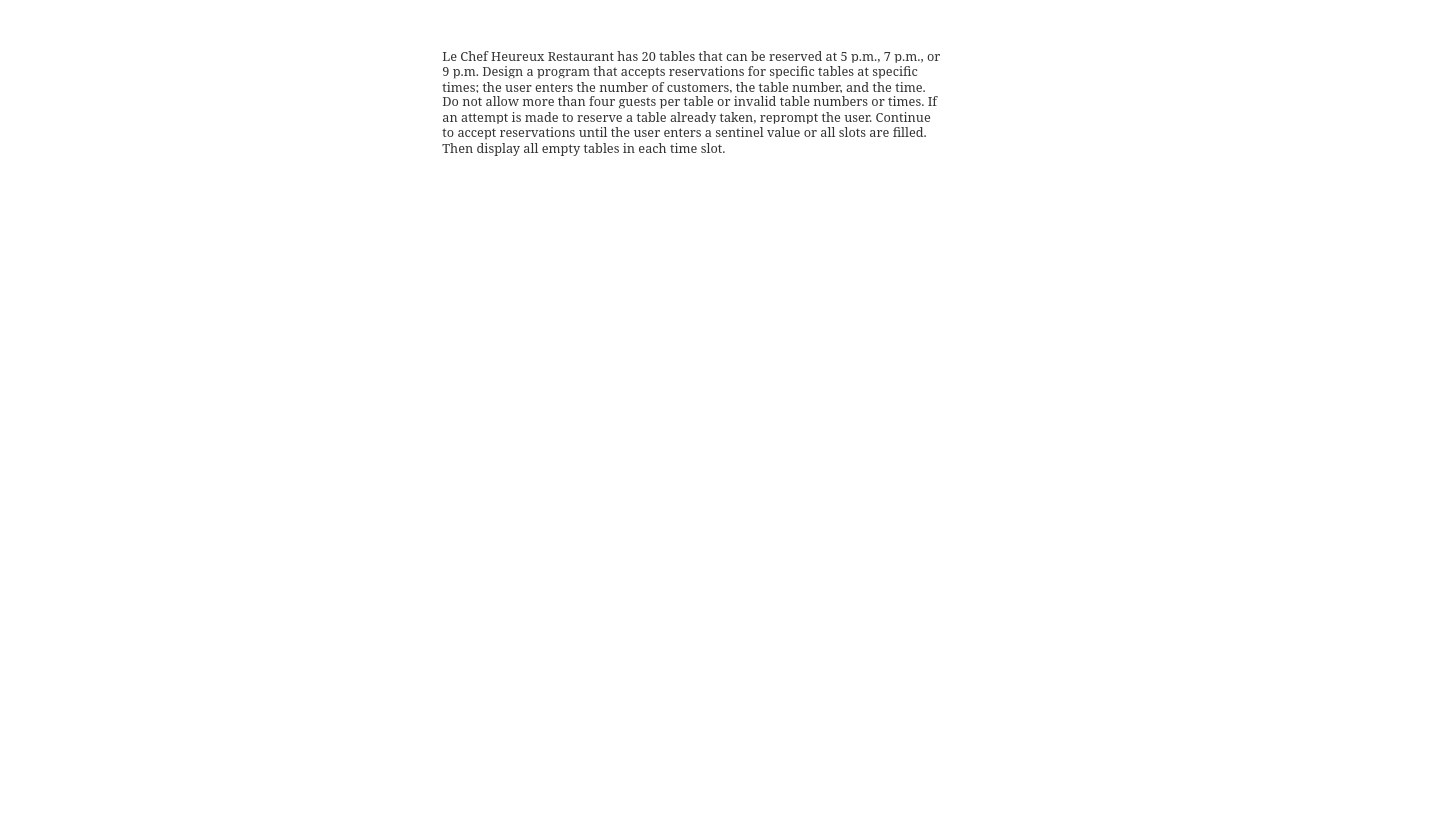
Before: Problem Solving/lechef.drawio in sweetrellish/python_work1, a draw.io diagram. Source tidied: cells renumbered, new cells numbered last; positions are measured from the earlier drawing's top-left corner, leaving out a move shared by most shapes. Both pictures are drawn from the tidied source at 91%, with x=0, y=0 at pixel (440, 43).
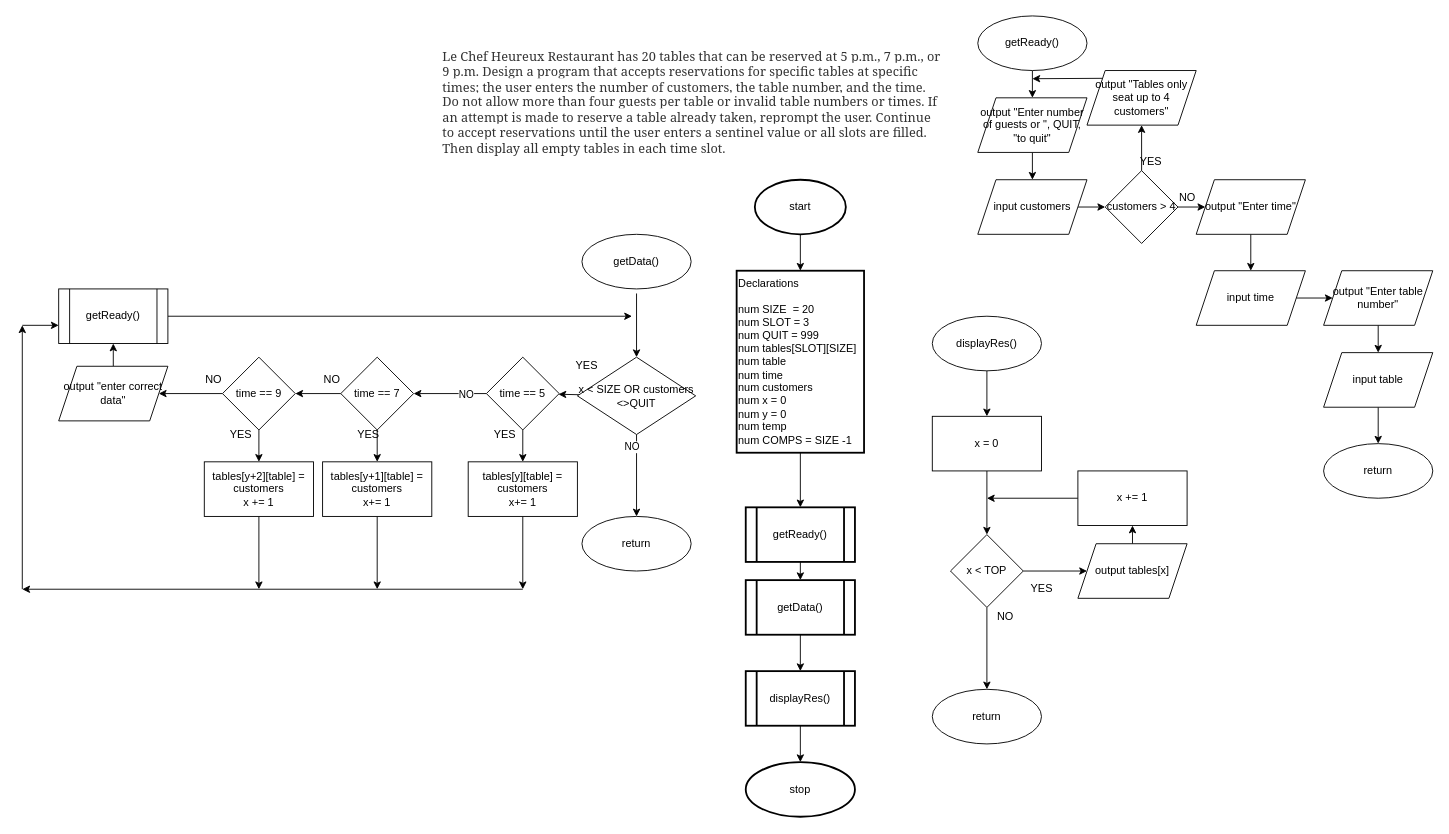
The same diagram, later.

Change to the diagram source:
```diff
@@
+    <mxCell id="3" style="edgeStyle=none;html=1;" parent="1" edge="1" source="4" target="6">
+      <mxGeometry relative="1" as="geometry" />
+    </mxCell>
+    <mxCell id="4" value="start" style="strokeWidth=2;html=1;shape=mxgraph.flowchart.start_1;whiteSpace=wrap;" parent="1" vertex="1">
+      <mxGeometry x="345" y="150" width="100" height="60" as="geometry" />
+    </mxCell>
+    <mxCell id="5" style="edgeStyle=none;html=1;" parent="1" edge="1" source="6" target="8">
+      <mxGeometry relative="1" as="geometry" />
+    </mxCell>
+    <mxCell id="6" value="Declarations&lt;br&gt;&lt;br&gt;num SIZE&amp;nbsp; = 20&lt;br&gt;num SLOT = 3&lt;br&gt;num QUIT = 999&lt;br&gt;num tables[SLOT][SIZE]&lt;br&gt;num table&lt;br&gt;num time&lt;br&gt;num customers&lt;br&gt;num x = 0&lt;br&gt;num y = 0&lt;br&gt;num temp&lt;br&gt;num COMPS = SIZE -1" style="whiteSpace=wrap;html=1;strokeWidth=2;align=left;" parent="1" vertex="1">
+      <mxGeometry x="325" y="250" width="140" height="200" as="geometry" />
+    </mxCell>
+    <mxCell id="7" style="edgeStyle=none;html=1;" parent="1" edge="1" source="8" target="53">
+      <mxGeometry relative="1" as="geometry" />
+    </mxCell>
+    <mxCell id="8" value="getReady()" style="shape=process;whiteSpace=wrap;html=1;backgroundOutline=1;align=center;strokeWidth=2;" parent="1" vertex="1">
+      <mxGeometry x="335" y="510" width="120" height="60" as="geometry" />
+    </mxCell>
+    <mxCell id="9" style="edgeStyle=none;html=1;" parent="1" edge="1" source="10" target="11">
+      <mxGeometry relative="1" as="geometry" />
+    </mxCell>
+    <mxCell id="10" value="displayRes()" style="shape=process;whiteSpace=wrap;html=1;backgroundOutline=1;align=center;strokeWidth=2;" parent="1" vertex="1">
+      <mxGeometry x="335" y="690" width="120" height="60" as="geometry" />
+    </mxCell>
+    <mxCell id="11" value="stop" style="ellipse;whiteSpace=wrap;html=1;strokeWidth=2;" parent="1" vertex="1">
+      <mxGeometry x="335" y="790" width="120" height="60" as="geometry" />
+    </mxCell>
+    <mxCell id="12" value="getData()" style="ellipse;whiteSpace=wrap;html=1;" parent="1" vertex="1">
+      <mxGeometry x="155" y="210" width="120" height="60" as="geometry" />
+    </mxCell>
+    <mxCell id="13" style="edgeStyle=none;html=1;" parent="1" edge="1" target="17">
+      <mxGeometry relative="1" as="geometry">
+        <mxPoint x="215" y="275" as="sourcePoint" />
+      </mxGeometry>
+    </mxCell>
+    <mxCell id="14" style="edgeStyle=none;html=1;" parent="1" edge="1" source="17" target="18">
+      <mxGeometry relative="1" as="geometry" />
+    </mxCell>
+    <mxCell id="15" value="NO" style="edgeLabel;html=1;align=center;verticalAlign=middle;" parent="14" vertex="1">
+      <mxGeometry x="-0.71" y="-6" relative="1" as="geometry" />
+    </mxCell>
+    <mxCell id="16" style="edgeStyle=none;html=1;" parent="1" edge="1" source="17" target="36">
+      <mxGeometry relative="1" as="geometry" />
+    </mxCell>
+    <mxCell id="17" value="x &amp;lt; SIZE OR customers &amp;lt;&amp;gt;QUIT" style="rhombus;whiteSpace=wrap;html=1;" parent="1" vertex="1">
+      <mxGeometry x="150" y="345" width="130" height="85" as="geometry" />
+    </mxCell>
+    <mxCell id="18" value="return" style="ellipse;whiteSpace=wrap;html=1;" parent="1" vertex="1">
+      <mxGeometry x="155" y="520" width="120" height="60" as="geometry" />
+    </mxCell>
+    <mxCell id="19" style="edgeStyle=none;html=1;" parent="1" edge="1" source="20" target="22">
+      <mxGeometry relative="1" as="geometry" />
+    </mxCell>
+    <mxCell id="20" value="displayRes()" style="ellipse;whiteSpace=wrap;html=1;" parent="1" vertex="1">
+      <mxGeometry x="540" y="300" width="120" height="60" as="geometry" />
+    </mxCell>
+    <mxCell id="21" style="edgeStyle=none;html=1;" parent="1" edge="1" source="22" target="25">
+      <mxGeometry relative="1" as="geometry" />
+    </mxCell>
+    <mxCell id="22" value="x = 0" style="whiteSpace=wrap;html=1;" parent="1" vertex="1">
+      <mxGeometry x="540" y="410" width="120" height="60" as="geometry" />
+    </mxCell>
+    <mxCell id="23" style="edgeStyle=none;html=1;" parent="1" edge="1" source="25" target="26">
+      <mxGeometry relative="1" as="geometry" />
+    </mxCell>
+    <mxCell id="24" style="edgeStyle=none;html=1;" parent="1" edge="1" source="25" target="29">
+      <mxGeometry relative="1" as="geometry" />
+    </mxCell>
+    <mxCell id="25" value="x &amp;lt; TOP" style="rhombus;whiteSpace=wrap;html=1;" parent="1" vertex="1">
+      <mxGeometry x="560" y="540" width="80" height="80" as="geometry" />
+    </mxCell>
+    <mxCell id="26" value="return" style="ellipse;whiteSpace=wrap;html=1;" parent="1" vertex="1">
+      <mxGeometry x="540" y="710" width="120" height="60" as="geometry" />
+    </mxCell>
+    <mxCell id="27" value="NO" style="text;html=1;align=center;verticalAlign=middle;strokeColor=none;fillColor=none;" parent="1" vertex="1">
+      <mxGeometry x="605" y="620" width="30" height="20" as="geometry" />
+    </mxCell>
+    <mxCell id="28" style="edgeStyle=none;html=1;" parent="1" edge="1" source="29" target="31">
+      <mxGeometry relative="1" as="geometry" />
+    </mxCell>
+    <mxCell id="29" value="output tables[x]" style="shape=parallelogram;perimeter=parallelogramPerimeter;whiteSpace=wrap;html=1;fixedSize=1;" parent="1" vertex="1">
+      <mxGeometry x="700" y="550" width="120" height="60" as="geometry" />
+    </mxCell>
+    <mxCell id="30" style="edgeStyle=none;html=1;exitX=0;exitY=0.5;exitDx=0;exitDy=0;" parent="1" edge="1" source="31">
+      <mxGeometry relative="1" as="geometry">
+        <mxPoint x="600" y="500" as="targetPoint" />
+      </mxGeometry>
+    </mxCell>
+    <mxCell id="31" value="x += 1" style="whiteSpace=wrap;html=1;" parent="1" vertex="1">
+      <mxGeometry x="700" y="470" width="120" height="60" as="geometry" />
+    </mxCell>
+    <mxCell id="32" value="YES" style="text;html=1;align=center;verticalAlign=middle;strokeColor=none;fillColor=none;" parent="1" vertex="1">
+      <mxGeometry x="640" y="590" width="40" height="20" as="geometry" />
+    </mxCell>
+    <mxCell id="33" style="edgeStyle=none;html=1;" parent="1" edge="1" source="36" target="56">
+      <mxGeometry relative="1" as="geometry" />
+    </mxCell>
+    <mxCell id="34" value="NO" style="edgeLabel;html=1;align=center;verticalAlign=middle;" parent="33" vertex="1">
+      <mxGeometry x="-0.43" relative="1" as="geometry" />
+    </mxCell>
+    <mxCell id="35" style="edgeStyle=none;html=1;" parent="1" edge="1" source="36" target="73">
+      <mxGeometry relative="1" as="geometry" />
+    </mxCell>
+    <mxCell id="36" value="time == 5" style="rhombus;whiteSpace=wrap;html=1;" parent="1" vertex="1">
+      <mxGeometry x="50" y="345" width="80" height="80" as="geometry" />
+    </mxCell>
+    <mxCell id="37" style="edgeStyle=none;html=1;" parent="1" edge="1" source="38" target="40">
+      <mxGeometry relative="1" as="geometry" />
+    </mxCell>
+    <mxCell id="38" value="getReady()" style="ellipse;whiteSpace=wrap;html=1;" parent="1" vertex="1">
+      <mxGeometry x="590" y="-30" width="120" height="60" as="geometry" />
+    </mxCell>
+    <mxCell id="39" style="edgeStyle=none;html=1;" parent="1" edge="1" source="40" target="42">
+      <mxGeometry relative="1" as="geometry" />
+    </mxCell>
+    <mxCell id="40" value="output &quot;Enter number of guests or &quot;, QUIT, &quot;to quit&quot;" style="shape=parallelogram;perimeter=parallelogramPerimeter;whiteSpace=wrap;html=1;fixedSize=1;" parent="1" vertex="1">
+      <mxGeometry x="590" y="60" width="120" height="60" as="geometry" />
+    </mxCell>
+    <mxCell id="41" style="edgeStyle=none;html=1;" parent="1" edge="1" source="42" target="67">
+      <mxGeometry relative="1" as="geometry" />
+    </mxCell>
+    <mxCell id="42" value="input customers" style="shape=parallelogram;perimeter=parallelogramPerimeter;whiteSpace=wrap;html=1;fixedSize=1;" parent="1" vertex="1">
+      <mxGeometry x="590" y="150" width="120" height="60" as="geometry" />
+    </mxCell>
+    <mxCell id="43" style="edgeStyle=none;html=1;" parent="1" edge="1" source="44" target="46">
+      <mxGeometry relative="1" as="geometry" />
+    </mxCell>
+    <mxCell id="44" value="output &quot;Enter time&quot;" style="shape=parallelogram;perimeter=parallelogramPerimeter;whiteSpace=wrap;html=1;fixedSize=1;" parent="1" vertex="1">
+      <mxGeometry x="830" y="150" width="120" height="60" as="geometry" />
+    </mxCell>
+    <mxCell id="45" style="edgeStyle=none;html=1;" parent="1" edge="1" source="46" target="48">
+      <mxGeometry relative="1" as="geometry" />
+    </mxCell>
+    <mxCell id="46" value="input time" style="shape=parallelogram;perimeter=parallelogramPerimeter;whiteSpace=wrap;html=1;fixedSize=1;" parent="1" vertex="1">
+      <mxGeometry x="830" y="250" width="120" height="60" as="geometry" />
+    </mxCell>
+    <mxCell id="47" style="edgeStyle=none;html=1;" parent="1" edge="1" source="48" target="50">
+      <mxGeometry relative="1" as="geometry" />
+    </mxCell>
+    <mxCell id="48" value="output &quot;Enter table number&quot;" style="shape=parallelogram;perimeter=parallelogramPerimeter;whiteSpace=wrap;html=1;fixedSize=1;" parent="1" vertex="1">
+      <mxGeometry x="970" y="250" width="120" height="60" as="geometry" />
+    </mxCell>
+    <mxCell id="49" style="edgeStyle=none;html=1;" parent="1" edge="1" source="50" target="51">
+      <mxGeometry relative="1" as="geometry" />
+    </mxCell>
+    <mxCell id="50" value="input table" style="shape=parallelogram;perimeter=parallelogramPerimeter;whiteSpace=wrap;html=1;fixedSize=1;" parent="1" vertex="1">
+      <mxGeometry x="970" y="340" width="120" height="60" as="geometry" />
+    </mxCell>
+    <mxCell id="51" value="return" style="ellipse;whiteSpace=wrap;html=1;" parent="1" vertex="1">
+      <mxGeometry x="970" y="440" width="120" height="60" as="geometry" />
+    </mxCell>
+    <mxCell id="52" style="edgeStyle=none;html=1;" parent="1" edge="1" source="53" target="10">
+      <mxGeometry relative="1" as="geometry" />
+    </mxCell>
+    <mxCell id="53" value="getData()" style="shape=process;whiteSpace=wrap;html=1;backgroundOutline=1;align=center;strokeWidth=2;" parent="1" vertex="1">
+      <mxGeometry x="335" y="590" width="120" height="60" as="geometry" />
+    </mxCell>
+    <mxCell id="54" style="edgeStyle=none;html=1;" parent="1" edge="1" source="56" target="59">
+      <mxGeometry relative="1" as="geometry" />
+    </mxCell>
+    <mxCell id="55" style="edgeStyle=none;html=1;" parent="1" edge="1" source="56" target="76">
+      <mxGeometry relative="1" as="geometry" />
+    </mxCell>
+    <mxCell id="56" value="time == 7" style="rhombus;whiteSpace=wrap;html=1;" parent="1" vertex="1">
+      <mxGeometry x="-110" y="345" width="80" height="80" as="geometry" />
+    </mxCell>
+    <mxCell id="57" style="edgeStyle=none;html=1;" parent="1" edge="1" source="59" target="62">
+      <mxGeometry relative="1" as="geometry" />
+    </mxCell>
+    <mxCell id="58" style="edgeStyle=none;html=1;" parent="1" edge="1" source="59" target="78">
+      <mxGeometry relative="1" as="geometry" />
+    </mxCell>
+    <mxCell id="59" value="time == 9" style="rhombus;whiteSpace=wrap;html=1;" parent="1" vertex="1">
+      <mxGeometry x="-240" y="345" width="80" height="80" as="geometry" />
+    </mxCell>
+    <mxCell id="60" value="YES" style="text;html=1;align=center;verticalAlign=middle;strokeColor=none;fillColor=none;" parent="1" vertex="1">
+      <mxGeometry x="140" y="345" width="40" height="20" as="geometry" />
+    </mxCell>
+    <mxCell id="61" style="edgeStyle=none;html=1;" parent="1" edge="1" source="62" target="64">
+      <mxGeometry relative="1" as="geometry" />
+    </mxCell>
+    <mxCell id="62" value="output &quot;enter correct data&quot;" style="shape=parallelogram;perimeter=parallelogramPerimeter;whiteSpace=wrap;html=1;fixedSize=1;" parent="1" vertex="1">
+      <mxGeometry x="-420" y="355" width="120" height="60" as="geometry" />
+    </mxCell>
+    <mxCell id="63" style="edgeStyle=none;html=1;exitX=1;exitY=0.5;exitDx=0;exitDy=0;" parent="1" edge="1" source="64">
+      <mxGeometry relative="1" as="geometry">
+        <mxPoint x="210" y="300" as="targetPoint" />
+      </mxGeometry>
+    </mxCell>
+    <mxCell id="64" value="getReady()" style="shape=process;whiteSpace=wrap;html=1;backgroundOutline=1;" parent="1" vertex="1">
+      <mxGeometry x="-420" y="270" width="120" height="60" as="geometry" />
+    </mxCell>
+    <mxCell id="65" style="edgeStyle=none;html=1;exitX=1;exitY=0.5;exitDx=0;exitDy=0;entryX=0;entryY=0.5;entryDx=0;entryDy=0;" parent="1" edge="1" source="67" target="44">
+      <mxGeometry relative="1" as="geometry" />
+    </mxCell>
+    <mxCell id="66" style="edgeStyle=none;html=1;" parent="1" edge="1" source="67" target="69">
+      <mxGeometry relative="1" as="geometry" />
+    </mxCell>
+    <mxCell id="67" value="customers &amp;gt; 4" style="rhombus;whiteSpace=wrap;html=1;" parent="1" vertex="1">
+      <mxGeometry x="730" y="140" width="80" height="80" as="geometry" />
+    </mxCell>
+    <mxCell id="68" style="edgeStyle=none;html=1;exitX=0;exitY=0;exitDx=0;exitDy=0;" parent="1" edge="1" source="69">
+      <mxGeometry relative="1" as="geometry">
+        <mxPoint x="650" y="39" as="targetPoint" />
+      </mxGeometry>
+    </mxCell>
+    <mxCell id="69" value="output &quot;Tables only seat up to 4 customers&quot;" style="shape=parallelogram;perimeter=parallelogramPerimeter;whiteSpace=wrap;html=1;fixedSize=1;" parent="1" vertex="1">
+      <mxGeometry x="710" y="30" width="120" height="60" as="geometry" />
+    </mxCell>
+    <mxCell id="70" value="YES" style="text;html=1;align=center;verticalAlign=middle;strokeColor=none;fillColor=none;" parent="1" vertex="1">
+      <mxGeometry x="760" y="120" width="40" height="20" as="geometry" />
+    </mxCell>
+    <mxCell id="71" value="NO" style="text;html=1;align=center;verticalAlign=middle;strokeColor=none;fillColor=none;" parent="1" vertex="1">
+      <mxGeometry x="805" y="160" width="30" height="20" as="geometry" />
+    </mxCell>
+    <mxCell id="72" style="edgeStyle=none;html=1;exitX=0.5;exitY=1;exitDx=0;exitDy=0;" parent="1" edge="1" source="73">
+      <mxGeometry relative="1" as="geometry">
+        <mxPoint x="90" y="600" as="targetPoint" />
+      </mxGeometry>
+    </mxCell>
+    <mxCell id="73" value="tables[y][table] = customers&lt;br&gt;x+= 1" style="whiteSpace=wrap;html=1;" parent="1" vertex="1">
+      <mxGeometry x="30" y="460" width="120" height="60" as="geometry" />
+    </mxCell>
+    <mxCell id="74" value="YES" style="text;html=1;align=center;verticalAlign=middle;strokeColor=none;fillColor=none;" parent="1" vertex="1">
+      <mxGeometry x="50" y="420" width="40" height="20" as="geometry" />
+    </mxCell>
+    <mxCell id="75" style="edgeStyle=none;html=1;exitX=0.5;exitY=1;exitDx=0;exitDy=0;" parent="1" edge="1" source="76">
+      <mxGeometry relative="1" as="geometry">
+        <mxPoint x="-70" y="600" as="targetPoint" />
+      </mxGeometry>
+    </mxCell>
+    <mxCell id="76" value="tables[y+1][table] = customers&lt;br&gt;x+= 1" style="whiteSpace=wrap;html=1;" parent="1" vertex="1">
+      <mxGeometry x="-130" y="460" width="120" height="60" as="geometry" />
+    </mxCell>
+    <mxCell id="77" style="edgeStyle=none;html=1;exitX=0.5;exitY=1;exitDx=0;exitDy=0;" parent="1" edge="1" source="78">
+      <mxGeometry relative="1" as="geometry">
+        <mxPoint x="-200" y="600" as="targetPoint" />
+      </mxGeometry>
+    </mxCell>
+    <mxCell id="78" value="tables[y+2][table] = customers&lt;br&gt;x += 1" style="whiteSpace=wrap;html=1;" parent="1" vertex="1">
+      <mxGeometry x="-260" y="460" width="120" height="60" as="geometry" />
+    </mxCell>
+    <mxCell id="79" value="YES" style="text;html=1;align=center;verticalAlign=middle;strokeColor=none;fillColor=none;" parent="1" vertex="1">
+      <mxGeometry x="-100" y="420" width="40" height="20" as="geometry" />
+    </mxCell>
+    <mxCell id="80" value="YES" style="text;html=1;align=center;verticalAlign=middle;strokeColor=none;fillColor=none;" parent="1" vertex="1">
+      <mxGeometry x="-240" y="420" width="40" height="20" as="geometry" />
+    </mxCell>
+    <mxCell id="81" value="NO" style="text;html=1;align=center;verticalAlign=middle;strokeColor=none;fillColor=none;" parent="1" vertex="1">
+      <mxGeometry x="-135" y="360" width="30" height="20" as="geometry" />
+    </mxCell>
+    <mxCell id="82" value="NO" style="text;html=1;align=center;verticalAlign=middle;strokeColor=none;fillColor=none;" parent="1" vertex="1">
+      <mxGeometry x="-265" y="360" width="30" height="20" as="geometry" />
+    </mxCell>
+    <mxCell id="83" style="endArrow=classic;html=1;" parent="1" edge="1">
+      <mxGeometry relative="1" as="geometry">
+        <mxPoint x="90" y="600" as="sourcePoint" />
+        <mxPoint x="-460" y="600" as="targetPoint" />
+      </mxGeometry>
+    </mxCell>
+    <mxCell id="84" style="endArrow=classic;html=1;" parent="1" edge="1">
+      <mxGeometry relative="1" as="geometry">
+        <mxPoint x="-460" y="600" as="sourcePoint" />
+        <mxPoint x="-460" y="310" as="targetPoint" />
+      </mxGeometry>
+    </mxCell>
+    <mxCell id="85" style="endArrow=classic;html=1;" parent="1" edge="1">
+      <mxGeometry relative="1" as="geometry">
+        <mxPoint x="-460" y="310" as="sourcePoint" />
+        <mxPoint x="-420" y="310" as="targetPoint" />
+      </mxGeometry>
+    </mxCell>
```
